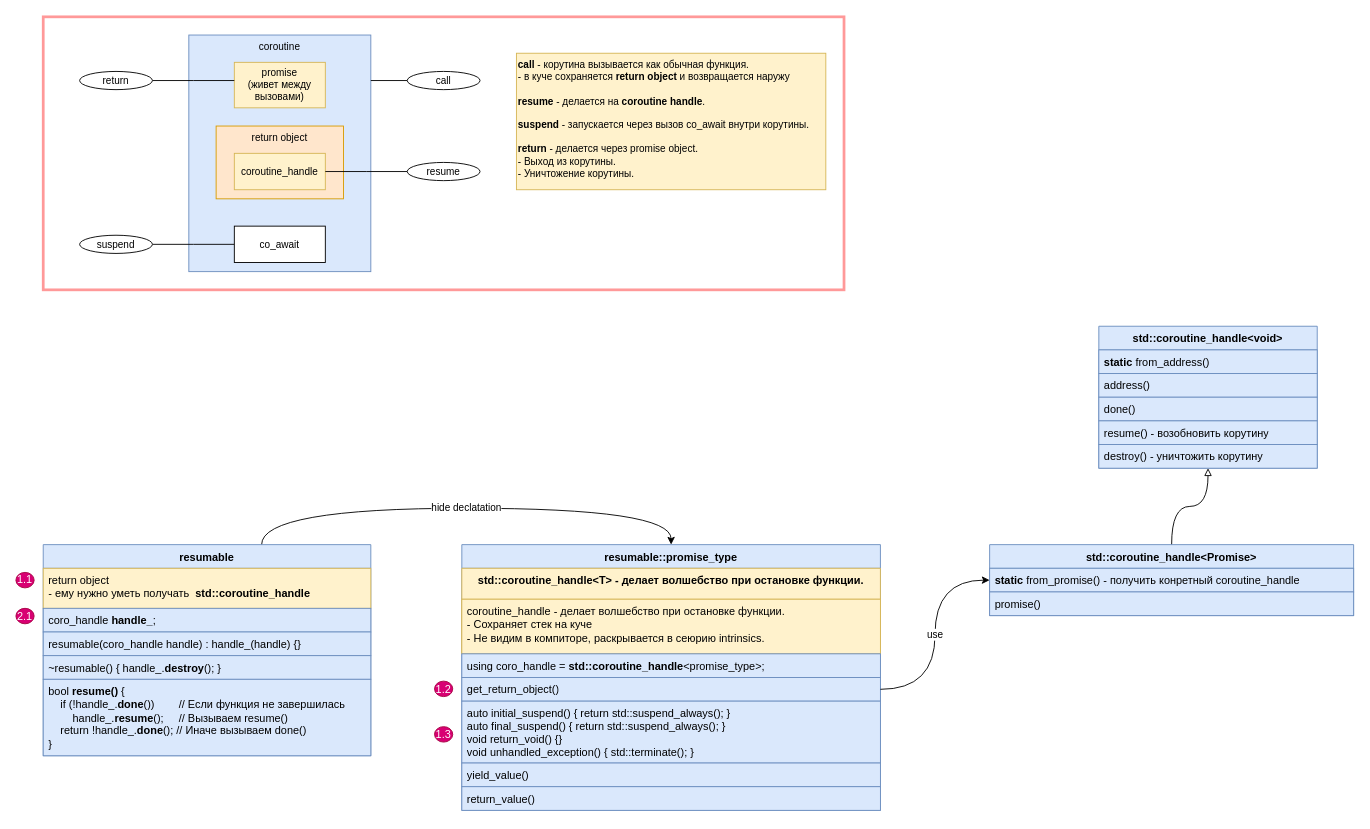
The draw.io diagram diags/coroutines.drawio in marleeeeeey/cpp_notes, before the edit. Source tidied: cells renumbered, new cells numbered last; positions are measured from the earlier drawing's top-left corner, leaving out a move shared by most shapes. Both pictures are drawn from the tidied source at 91%, with x=0, y=0 at pixel (15, 16).
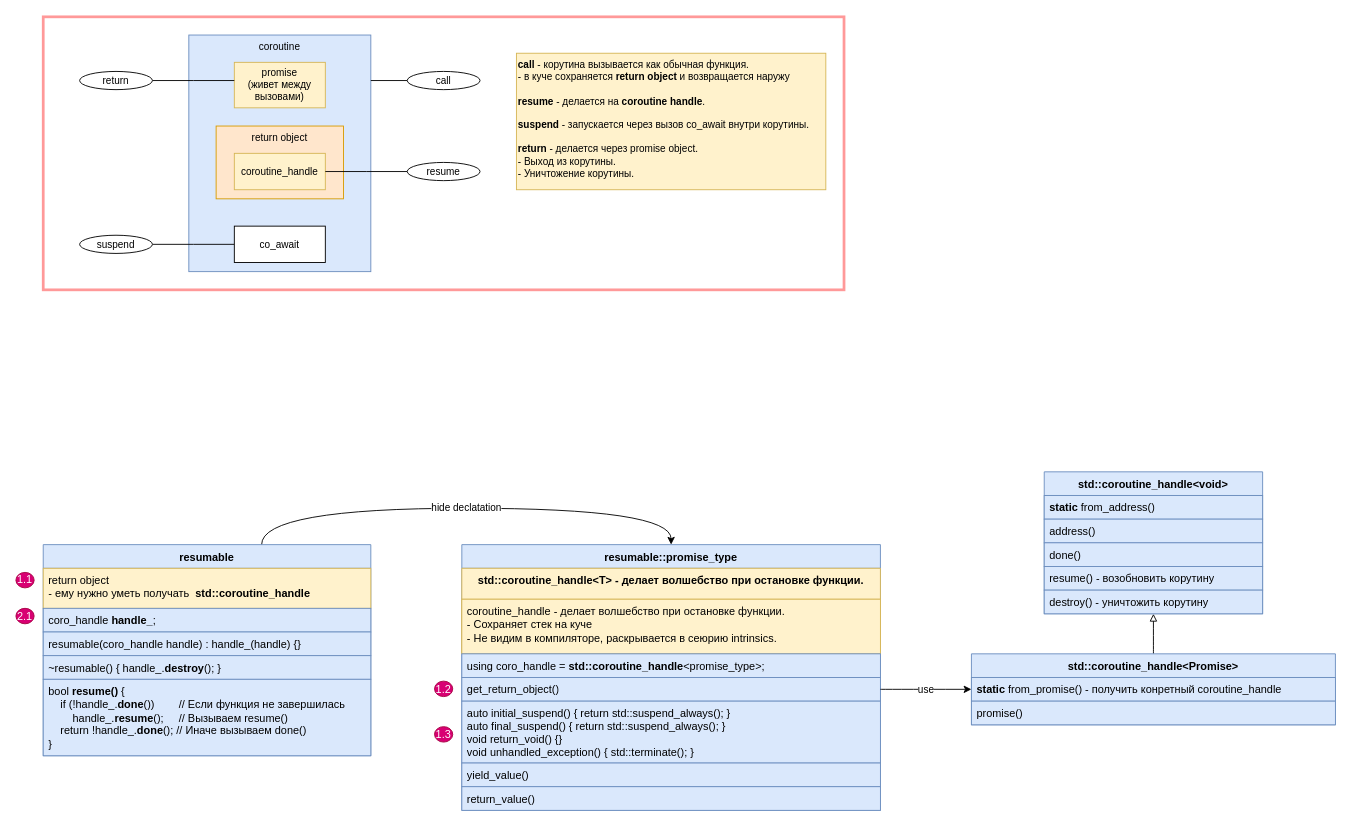
The same diagram, later.

Commit message:
add coroutines diag.

Unchanged cells that the change refers to:
```xml
<mxCell id="11" value="std::coroutine_handle&amp;lt;T&amp;gt; -&amp;nbsp;делает волшебство при остановке функции." style="swimlane;fontStyle=1;align=center;verticalAlign=top;horizontal=1;startSize=34;whiteSpace=wrap;html=1;fillColor=#fff2cc;strokeColor=#d6b656;" parent="10" vertex="1">
  <mxGeometry y="26" width="460" height="94" as="geometry" />
</mxCell>
```

Diff of the diagram source:
```diff
@@
-    <mxCell id="12" value="&lt;span style=&quot;border-color: var(--border-color);&quot;&gt;coroutine_handle - делает волшебство при остановке функции.&lt;br&gt;- Сохраняет стек на куче&lt;br&gt;- Не видим в компиторе, раскрывается в сеюрию intrinsics.&lt;br&gt;&lt;/span&gt;" style="text;strokeColor=#d6b656;fillColor=#fff2cc;align=left;verticalAlign=top;spacingLeft=4;spacingRight=4;overflow=hidden;whiteSpace=wrap;html=1;" parent="11" vertex="1">
+    <mxCell id="12" value="&lt;span style=&quot;border-color: var(--border-color);&quot;&gt;coroutine_handle - делает волшебство при остановке функции.&lt;br&gt;- Сохраняет стек на куче&lt;br&gt;- Не видим в компиляторе, раскрывается в сеюрию intrinsics.&lt;br&gt;&lt;/span&gt;" style="text;strokeColor=#d6b656;fillColor=#fff2cc;align=left;verticalAlign=top;spacingLeft=4;spacingRight=4;overflow=hidden;whiteSpace=wrap;html=1;" parent="11" vertex="1">
       <mxGeometry y="34" width="460" height="60" as="geometry" />
     </mxCell>
@@
     <mxCell id="19" value="std::coroutine_handle&amp;lt;Promise&amp;gt;" style="swimlane;fontStyle=1;align=center;verticalAlign=top;horizontal=1;startSize=26;whiteSpace=wrap;html=1;fillColor=#dae8fc;strokeColor=#6c8ebf;" parent="1" vertex="1">
-      <mxGeometry x="1070" y="580" width="400" height="78" as="geometry" />
+      <mxGeometry x="1050" y="700" width="400" height="78" as="geometry" />
     </mxCell>
@@
     <mxCell id="22" value="std::coroutine_handle&amp;lt;void&amp;gt;" style="swimlane;fontStyle=1;align=center;verticalAlign=top;horizontal=1;startSize=26;whiteSpace=wrap;html=1;fillColor=#dae8fc;strokeColor=#6c8ebf;" parent="1" vertex="1">
-      <mxGeometry x="1190" y="340" width="240" height="156" as="geometry" />
+      <mxGeometry x="1130" y="500" width="240" height="156" as="geometry" />
     </mxCell>
```
